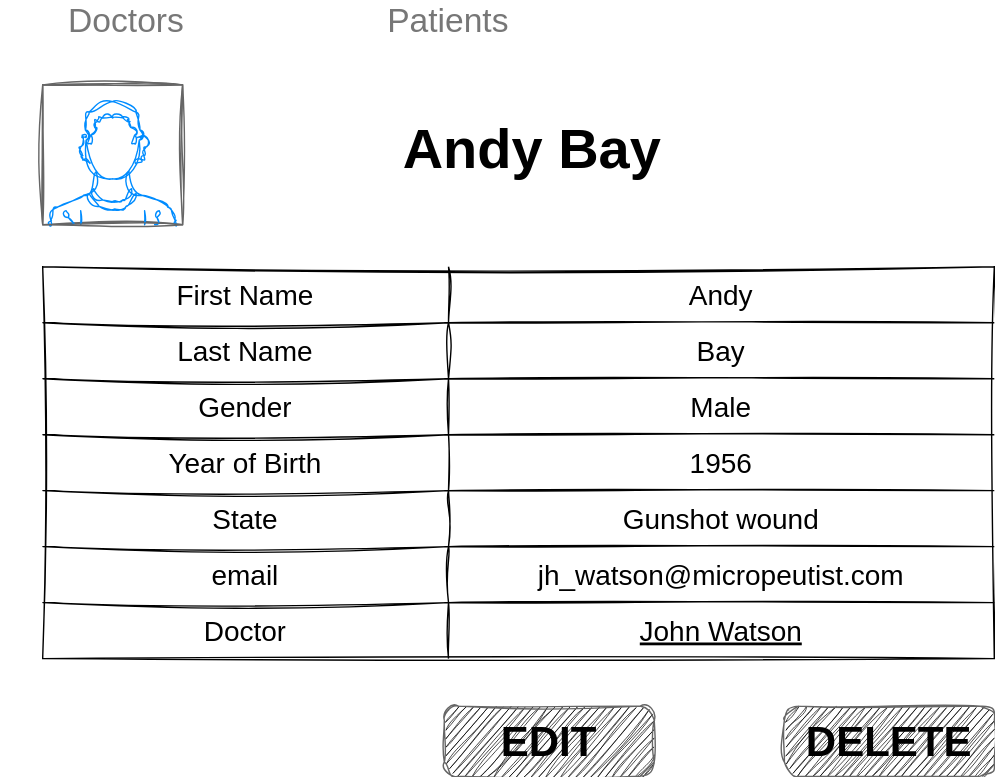
DmytroY/EPAM_Flask keeps this draw.io diagram as documentation/mockups/Patient.svg. Above is the earlier version. Source tidied: cells renumbered, new cells last; positions are measured from the earlier drawing's top-left corner, leaving out a move shared by most shapes.
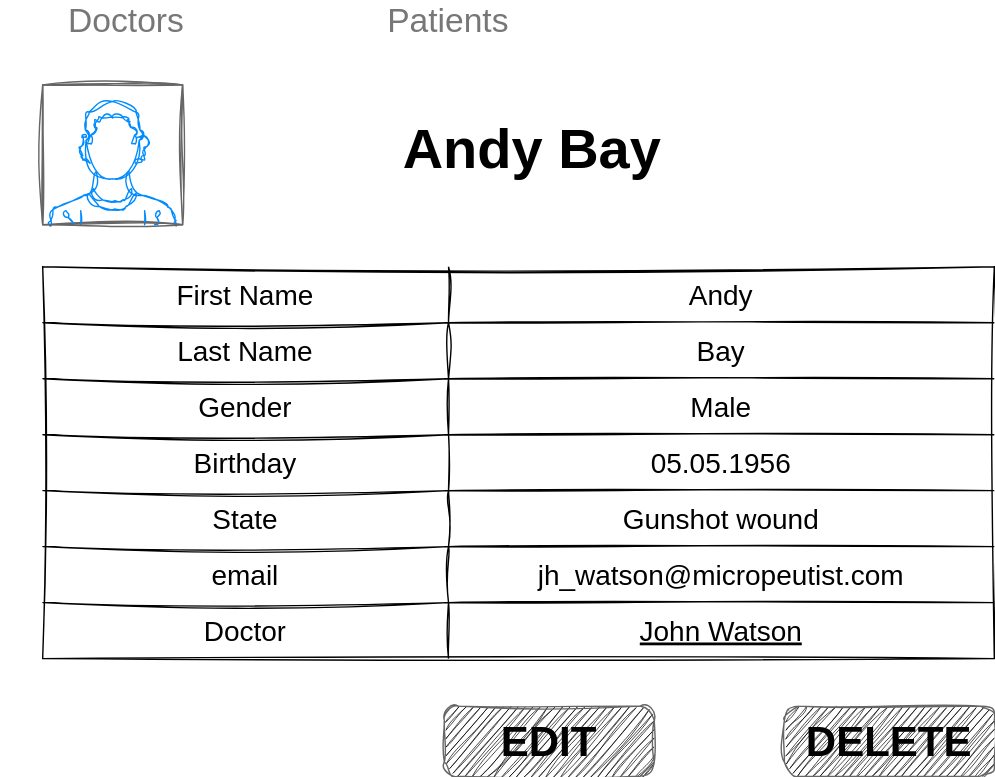
The same diagram one commit later.

What changed in the source:
```diff
@@ -44,10 +44,10 @@
     <mxCell id="15" style="shape=tableRow;horizontal=0;startSize=0;swimlaneHead=0;swimlaneBody=0;strokeColor=inherit;top=0;left=0;bottom=0;right=0;fillColor=none;rounded=0;shadow=0;labelBorderColor=none;sketch=1;hachureGap=4;jiggle=2;curveFitting=1;fontFamily=Helvetica;fontSize=20;fontColor=#000000;html=0;" parent="5" vertex="1">
       <mxGeometry y="120" width="680" height="40" as="geometry" />
     </mxCell>
-    <mxCell id="16" value="Year of Birth" style="shape=partialRectangle;html=1;whiteSpace=wrap;strokeColor=inherit;overflow=hidden;fillColor=none;top=0;left=0;bottom=0;right=0;rounded=0;shadow=0;labelBorderColor=none;sketch=1;hachureGap=4;jiggle=2;curveFitting=1;fontFamily=Helvetica;fontSize=20;fontColor=#000000;" parent="15" vertex="1">
+    <mxCell id="16" value="Birthday" style="shape=partialRectangle;html=1;whiteSpace=wrap;strokeColor=inherit;overflow=hidden;fillColor=none;top=0;left=0;bottom=0;right=0;rounded=0;shadow=0;labelBorderColor=none;sketch=1;hachureGap=4;jiggle=2;curveFitting=1;fontFamily=Helvetica;fontSize=20;fontColor=#000000;" parent="15" vertex="1">
       <mxGeometry width="290" height="40" as="geometry" />
     </mxCell>
-    <mxCell id="17" value="1956" style="shape=partialRectangle;html=1;whiteSpace=wrap;strokeColor=inherit;overflow=hidden;fillColor=none;top=0;left=0;bottom=0;right=0;rounded=0;shadow=0;labelBorderColor=none;sketch=1;hachureGap=4;jiggle=2;curveFitting=1;fontFamily=Helvetica;fontSize=20;fontColor=#000000;" parent="15" vertex="1">
+    <mxCell id="17" value="05.05.1956" style="shape=partialRectangle;html=1;whiteSpace=wrap;strokeColor=inherit;overflow=hidden;fillColor=none;top=0;left=0;bottom=0;right=0;rounded=0;shadow=0;labelBorderColor=none;sketch=1;hachureGap=4;jiggle=2;curveFitting=1;fontFamily=Helvetica;fontSize=20;fontColor=#000000;" parent="15" vertex="1">
       <mxGeometry x="290" width="390" height="40" as="geometry" />
     </mxCell>
     <mxCell id="18" style="shape=tableRow;horizontal=0;startSize=0;swimlaneHead=0;swimlaneBody=0;strokeColor=inherit;top=0;left=0;bottom=0;right=0;fillColor=none;rounded=0;shadow=0;labelBorderColor=none;sketch=1;hachureGap=4;jiggle=2;curveFitting=1;fontFamily=Helvetica;fontSize=20;fontColor=#000000;html=0;" parent="5" vertex="1">
```
